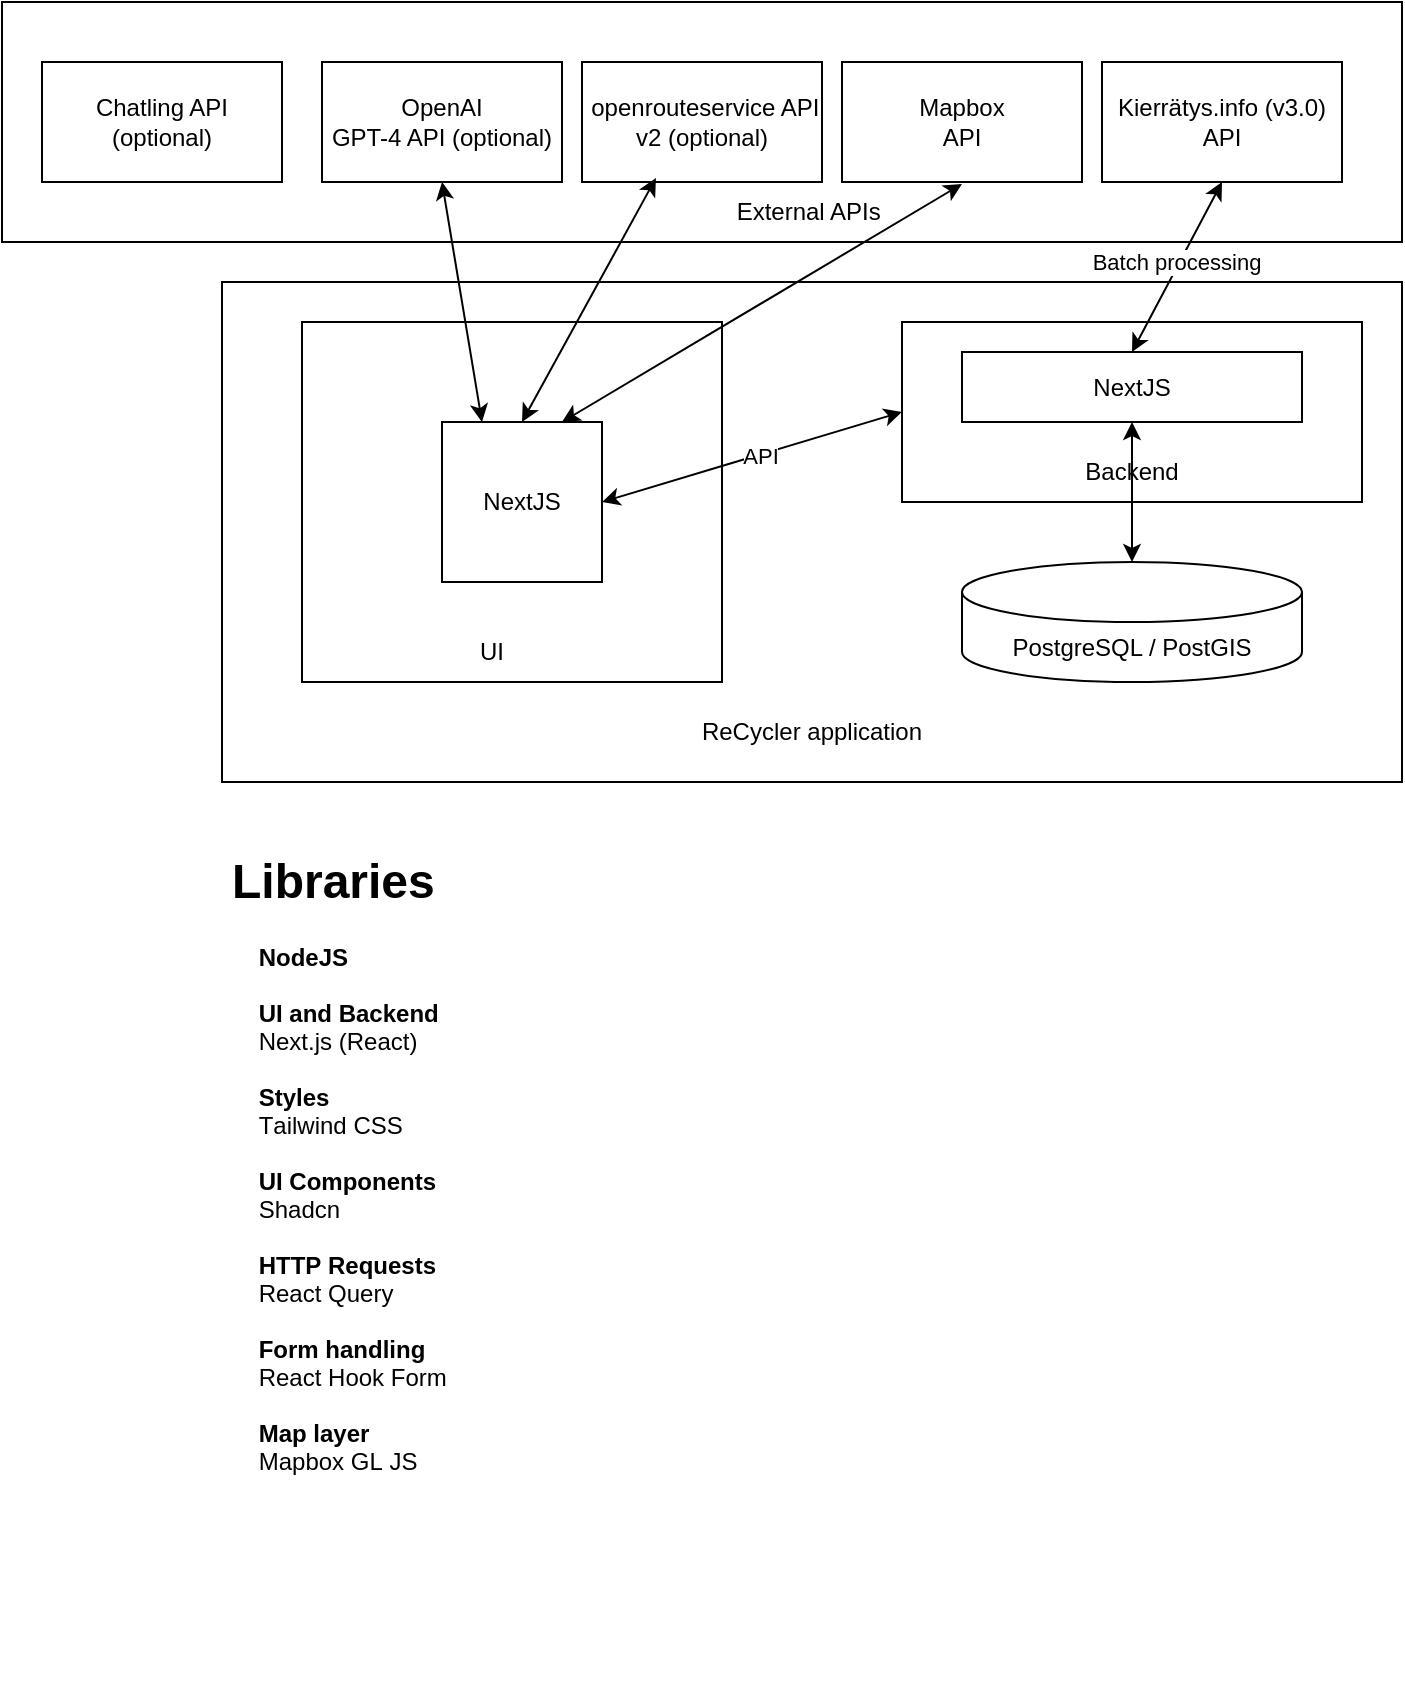
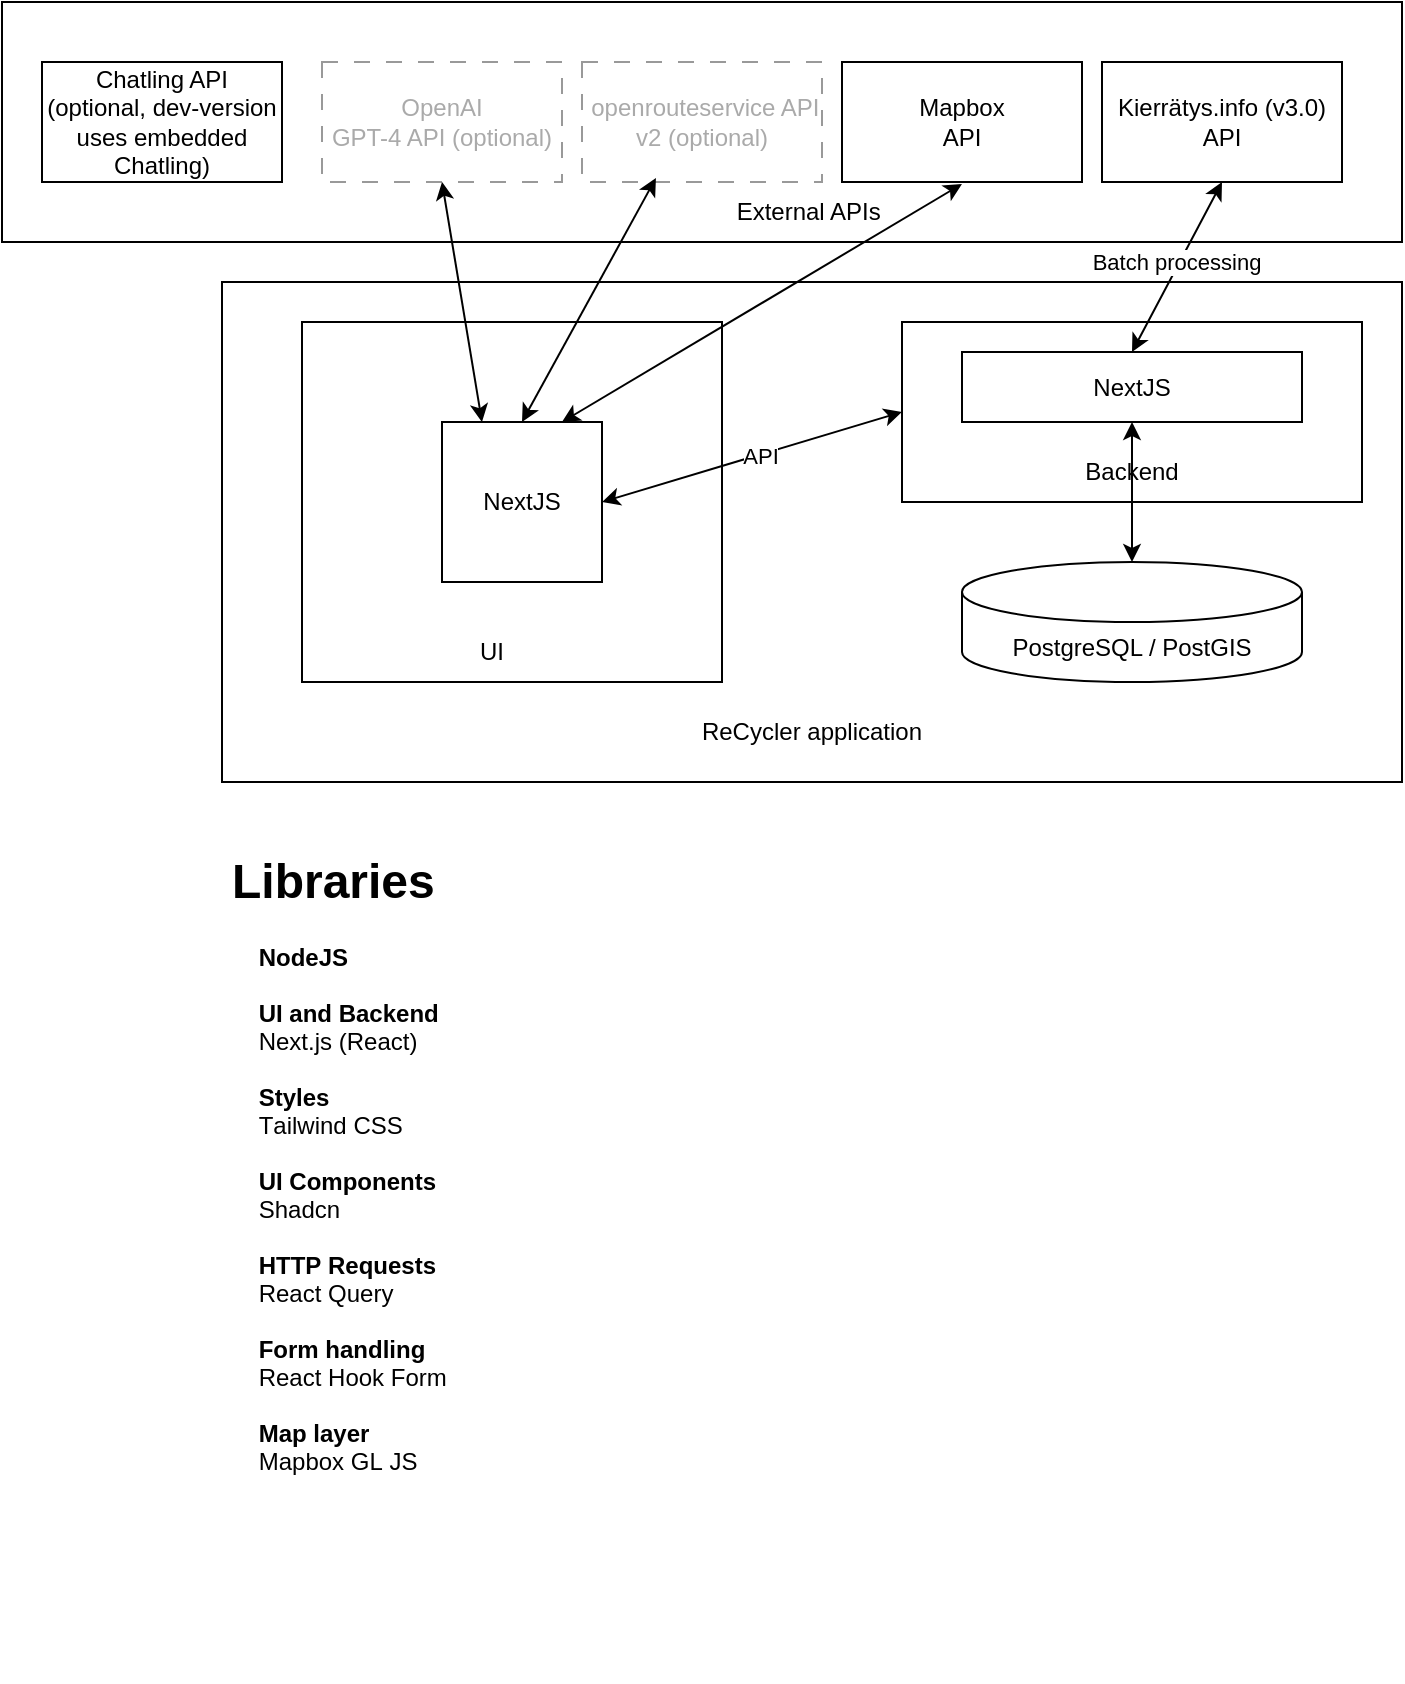
- <mxfile host="app.diagrams.net" agent="Mozilla/5.0 (Macintosh; Intel Mac OS X 10_15_7) AppleWebKit/605.1.15 (KHTML, like Gecko) Version/18.3 Safari/605.1.15" version="26.0.16">
+ <mxfile host="app.diagrams.net" agent="Mozilla/5.0 (Macintosh; Intel Mac OS X 10_15_7) AppleWebKit/605.1.15 (KHTML, like Gecko) Version/18.4 Safari/605.1.15" version="26.2.14">
  <diagram name="High-level architecture" id="9zcz33UXx225ZlQHVHOC">
-     <mxGraphModel dx="1413" dy="994" grid="1" gridSize="10" guides="1" tooltips="1" connect="1" arrows="1" fold="1" page="1" pageScale="1" pageWidth="827" pageHeight="1169" math="0" shadow="0">
+     <mxGraphModel dx="979" dy="673" grid="1" gridSize="10" guides="1" tooltips="1" connect="1" arrows="1" fold="1" page="1" pageScale="1" pageWidth="827" pageHeight="1169" math="0" shadow="0">
      <root>
        <mxCell id="0" />
        <mxCell id="1" parent="0" />
        <mxCell id="fm4_85k55z0bOuFMnIiU-6" value="" style="rounded=0;whiteSpace=wrap;html=1;align=center;" parent="1" vertex="1">
          <mxGeometry x="130" y="260" width="590" height="250" as="geometry" />
        </mxCell>
        <mxCell id="fm4_85k55z0bOuFMnIiU-30" value="" style="rounded=0;whiteSpace=wrap;html=1;" parent="1" vertex="1">
          <mxGeometry x="470" y="280" width="230" height="90" as="geometry" />
        </mxCell>
        <mxCell id="fm4_85k55z0bOuFMnIiU-1" value="" style="rounded=0;whiteSpace=wrap;html=1;align=center;" parent="1" vertex="1">
          <mxGeometry x="20" y="120" width="700" height="120" as="geometry" />
        </mxCell>
-         <mxCell id="fm4_85k55z0bOuFMnIiU-2" value="OpenAI&lt;br&gt;GPT-4 API (optional)" style="rounded=0;whiteSpace=wrap;html=1;align=center;" parent="1" vertex="1">
+         <mxCell id="fm4_85k55z0bOuFMnIiU-2" value="OpenAI&lt;br&gt;GPT-4 API (optional)" style="rounded=0;whiteSpace=wrap;html=1;align=center;dashed=1;dashPattern=8 8;strokeColor=#999999;fontColor=light-dark(#aaaaaa, #ededed);" parent="1" vertex="1">
          <mxGeometry x="180" y="150" width="120" height="60" as="geometry" />
        </mxCell>
-         <mxCell id="fm4_85k55z0bOuFMnIiU-3" value="&amp;nbsp;openrouteservice API v2 (optional)" style="rounded=0;whiteSpace=wrap;html=1;align=center;" parent="1" vertex="1">
+         <mxCell id="fm4_85k55z0bOuFMnIiU-3" value="&amp;nbsp;openrouteservice API v2 (optional)" style="rounded=0;whiteSpace=wrap;html=1;align=center;dashed=1;dashPattern=8 8;strokeColor=#999999;fontColor=light-dark(#aaaaaa, #ededed);" parent="1" vertex="1">
          <mxGeometry x="310" y="150" width="120" height="60" as="geometry" />
        </mxCell>
        <mxCell id="fm4_85k55z0bOuFMnIiU-4" value="Kierrätys.info (v3.0) API" style="rounded=0;whiteSpace=wrap;html=1;align=center;" parent="1" vertex="1">
          <mxGeometry x="570" y="150" width="120" height="60" as="geometry" />
        </mxCell>
        <mxCell id="fm4_85k55z0bOuFMnIiU-5" value="Mapbox&lt;br&gt;API" style="rounded=0;whiteSpace=wrap;html=1;align=center;" parent="1" vertex="1">
          <mxGeometry x="440" y="150" width="120" height="60" as="geometry" />
        </mxCell>
        <mxCell id="fm4_85k55z0bOuFMnIiU-7" value="External APIs&amp;nbsp;" style="text;html=1;strokeColor=none;fillColor=none;align=center;verticalAlign=middle;whiteSpace=wrap;rounded=0;" parent="1" vertex="1">
          <mxGeometry x="340" y="210" width="170" height="30" as="geometry" />
        </mxCell>
        <mxCell id="fm4_85k55z0bOuFMnIiU-8" value="ReCycler application" style="text;html=1;strokeColor=none;fillColor=none;align=center;verticalAlign=middle;whiteSpace=wrap;rounded=0;" parent="1" vertex="1">
          <mxGeometry x="340" y="470" width="170" height="30" as="geometry" />
        </mxCell>
        <mxCell id="fm4_85k55z0bOuFMnIiU-13" value="" style="rounded=0;whiteSpace=wrap;html=1;align=center;" parent="1" vertex="1">
          <mxGeometry x="170" y="280" width="210" height="180" as="geometry" />
        </mxCell>
        <mxCell id="fm4_85k55z0bOuFMnIiU-9" value="PostgreSQL / PostGIS" style="shape=cylinder3;whiteSpace=wrap;html=1;boundedLbl=1;backgroundOutline=1;size=15;align=center;" parent="1" vertex="1">
          <mxGeometry x="500" y="400" width="170" height="60" as="geometry" />
        </mxCell>
        <mxCell id="fm4_85k55z0bOuFMnIiU-11" value="NextJS" style="whiteSpace=wrap;html=1;aspect=fixed;align=center;" parent="1" vertex="1">
          <mxGeometry x="240" y="330" width="80" height="80" as="geometry" />
        </mxCell>
        <mxCell id="fm4_85k55z0bOuFMnIiU-14" value="NextJS" style="rounded=0;whiteSpace=wrap;html=1;align=center;" parent="1" vertex="1">
          <mxGeometry x="500" y="295" width="170" height="35" as="geometry" />
        </mxCell>
        <mxCell id="fm4_85k55z0bOuFMnIiU-16" value="" style="endArrow=classic;startArrow=classic;html=1;rounded=0;entryX=0.5;entryY=1;entryDx=0;entryDy=0;exitX=0.25;exitY=0;exitDx=0;exitDy=0;align=center;" parent="1" source="fm4_85k55z0bOuFMnIiU-11" target="fm4_85k55z0bOuFMnIiU-2" edge="1">
          <mxGeometry width="50" height="50" relative="1" as="geometry">
            <mxPoint x="390" y="420" as="sourcePoint" />
            <mxPoint x="440" y="370" as="targetPoint" />
          </mxGeometry>
        </mxCell>
        <mxCell id="fm4_85k55z0bOuFMnIiU-17" value="" style="endArrow=classic;startArrow=classic;html=1;rounded=0;entryX=0.041;entryY=-0.067;entryDx=0;entryDy=0;exitX=0.5;exitY=0;exitDx=0;exitDy=0;entryPerimeter=0;align=center;" parent="1" source="fm4_85k55z0bOuFMnIiU-11" target="fm4_85k55z0bOuFMnIiU-7" edge="1">
          <mxGeometry width="50" height="50" relative="1" as="geometry">
            <mxPoint x="390" y="420" as="sourcePoint" />
            <mxPoint x="440" y="370" as="targetPoint" />
          </mxGeometry>
        </mxCell>
        <mxCell id="fm4_85k55z0bOuFMnIiU-18" value="" style="endArrow=classic;startArrow=classic;html=1;rounded=0;entryX=0.941;entryY=0.033;entryDx=0;entryDy=0;entryPerimeter=0;exitX=0.75;exitY=0;exitDx=0;exitDy=0;align=center;" parent="1" source="fm4_85k55z0bOuFMnIiU-11" target="fm4_85k55z0bOuFMnIiU-7" edge="1">
          <mxGeometry width="50" height="50" relative="1" as="geometry">
            <mxPoint x="350" y="350" as="sourcePoint" />
            <mxPoint x="440" y="370" as="targetPoint" />
          </mxGeometry>
        </mxCell>
        <mxCell id="fm4_85k55z0bOuFMnIiU-21" value="" style="endArrow=classic;startArrow=classic;html=1;rounded=0;entryX=0.5;entryY=1;entryDx=0;entryDy=0;exitX=0.5;exitY=0;exitDx=0;exitDy=0;align=center;" parent="1" source="fm4_85k55z0bOuFMnIiU-14" target="fm4_85k55z0bOuFMnIiU-4" edge="1">
          <mxGeometry width="50" height="50" relative="1" as="geometry">
            <mxPoint x="400" y="360" as="sourcePoint" />
            <mxPoint x="450" y="310" as="targetPoint" />
          </mxGeometry>
        </mxCell>
        <mxCell id="fm4_85k55z0bOuFMnIiU-34" value="Batch processing" style="edgeLabel;html=1;align=center;verticalAlign=middle;resizable=0;points=[];" parent="fm4_85k55z0bOuFMnIiU-21" vertex="1" connectable="0">
          <mxGeometry x="-0.0141" relative="1" as="geometry">
            <mxPoint y="-3" as="offset" />
          </mxGeometry>
        </mxCell>
        <mxCell id="fm4_85k55z0bOuFMnIiU-22" value="" style="endArrow=classic;startArrow=classic;html=1;rounded=0;entryX=0.5;entryY=1;entryDx=0;entryDy=0;exitX=0.5;exitY=0;exitDx=0;exitDy=0;exitPerimeter=0;align=center;" parent="1" source="fm4_85k55z0bOuFMnIiU-9" target="fm4_85k55z0bOuFMnIiU-14" edge="1">
          <mxGeometry width="50" height="50" relative="1" as="geometry">
            <mxPoint x="400" y="350" as="sourcePoint" />
            <mxPoint x="450" y="300" as="targetPoint" />
          </mxGeometry>
        </mxCell>
        <mxCell id="fm4_85k55z0bOuFMnIiU-24" value="UI" style="text;html=1;strokeColor=none;fillColor=none;align=center;verticalAlign=middle;whiteSpace=wrap;rounded=0;" parent="1" vertex="1">
          <mxGeometry x="180" y="430" width="170" height="30" as="geometry" />
        </mxCell>
        <mxCell id="fm4_85k55z0bOuFMnIiU-25" value="" style="endArrow=classic;startArrow=classic;html=1;rounded=0;exitX=1;exitY=0.5;exitDx=0;exitDy=0;entryX=0;entryY=0.5;entryDx=0;entryDy=0;" parent="1" source="fm4_85k55z0bOuFMnIiU-11" target="fm4_85k55z0bOuFMnIiU-30" edge="1">
          <mxGeometry width="50" height="50" relative="1" as="geometry">
            <mxPoint x="400" y="350" as="sourcePoint" />
            <mxPoint x="450" y="300" as="targetPoint" />
          </mxGeometry>
        </mxCell>
        <mxCell id="fm4_85k55z0bOuFMnIiU-33" value="API" style="edgeLabel;html=1;align=center;verticalAlign=middle;resizable=0;points=[];" parent="fm4_85k55z0bOuFMnIiU-25" vertex="1" connectable="0">
          <mxGeometry x="0.0544" relative="1" as="geometry">
            <mxPoint as="offset" />
          </mxGeometry>
        </mxCell>
        <mxCell id="fm4_85k55z0bOuFMnIiU-31" value="Backend" style="text;html=1;strokeColor=none;fillColor=none;align=center;verticalAlign=middle;whiteSpace=wrap;rounded=0;" parent="1" vertex="1">
          <mxGeometry x="500" y="340" width="170" height="30" as="geometry" />
        </mxCell>
        <mxCell id="CHO3YG6BR_KFlLe8QAzr-1" value="&lt;h1&gt;Libraries&lt;/h1&gt;&lt;p style=&quot;margin: 0px; font-style: normal; font-variant-caps: normal; font-stretch: normal; line-height: normal; font-size-adjust: none; font-kerning: auto; font-variant-alternates: normal; font-variant-ligatures: normal; font-variant-numeric: normal; font-variant-east-asian: normal; font-variant-position: normal; font-feature-settings: normal; font-optical-sizing: auto; font-variation-settings: normal;&quot;&gt;&lt;span style=&quot;font-kerning: none&quot;&gt;&lt;b&gt;&lt;span style=&quot;&quot;&gt;&amp;nbsp;&amp;nbsp;&amp;nbsp;&amp;nbsp;&lt;/span&gt;NodeJS&lt;/b&gt;&lt;/span&gt;&lt;/p&gt;&lt;p style=&quot;margin: 0px; font-style: normal; font-variant-caps: normal; font-stretch: normal; line-height: normal; font-size-adjust: none; font-kerning: auto; font-variant-alternates: normal; font-variant-ligatures: normal; font-variant-numeric: normal; font-variant-east-asian: normal; font-variant-position: normal; font-feature-settings: normal; font-optical-sizing: auto; font-variation-settings: normal;&quot;&gt;&lt;span style=&quot;font-kerning: none;&quot;&gt;&lt;b&gt;&lt;br&gt;&amp;nbsp; &amp;nbsp; UI and Backend&lt;/b&gt;&lt;/span&gt;&lt;/p&gt;&lt;p style=&quot;margin: 0px; font-style: normal; font-variant-caps: normal; font-stretch: normal; line-height: normal; font-size-adjust: none; font-kerning: auto; font-variant-alternates: normal; font-variant-ligatures: normal; font-variant-numeric: normal; font-variant-east-asian: normal; font-variant-position: normal; font-feature-settings: normal; font-optical-sizing: auto; font-variation-settings: normal;&quot;&gt;&lt;span style=&quot;font-kerning: none;&quot;&gt;&lt;span style=&quot;border-color: var(--border-color);&quot;&gt;&amp;nbsp; &amp;nbsp; &lt;/span&gt;&lt;/span&gt;&lt;span style=&quot;background-color: initial;&quot;&gt;Next.js (React)&lt;/span&gt;&lt;/p&gt;&lt;p style=&quot;margin: 0px; font-style: normal; font-variant-caps: normal; font-stretch: normal; line-height: normal; font-size-adjust: none; font-kerning: auto; font-variant-alternates: normal; font-variant-ligatures: normal; font-variant-numeric: normal; font-variant-east-asian: normal; font-variant-position: normal; font-feature-settings: normal; font-optical-sizing: auto; font-variation-settings: normal; min-height: 14px;&quot;&gt;&lt;span style=&quot;font-kerning: none&quot;&gt;&lt;/span&gt;&lt;br&gt;&lt;/p&gt;&lt;p style=&quot;margin: 0px; font-style: normal; font-variant-caps: normal; font-stretch: normal; line-height: normal; font-size-adjust: none; font-kerning: auto; font-variant-alternates: normal; font-variant-ligatures: normal; font-variant-numeric: normal; font-variant-east-asian: normal; font-variant-position: normal; font-feature-settings: normal; font-optical-sizing: auto; font-variation-settings: normal;&quot;&gt;&lt;span style=&quot;font-kerning: none;&quot;&gt;&lt;b&gt;&lt;span style=&quot;&quot;&gt;&amp;nbsp;&amp;nbsp;&amp;nbsp;&amp;nbsp;&lt;/span&gt;Styles&lt;/b&gt;&lt;/span&gt;&lt;/p&gt;&lt;p style=&quot;margin: 0px; font-style: normal; font-variant-caps: normal; font-stretch: normal; line-height: normal; font-size-adjust: none; font-kerning: auto; font-variant-alternates: normal; font-variant-ligatures: normal; font-variant-numeric: normal; font-variant-east-asian: normal; font-variant-position: normal; font-feature-settings: normal; font-optical-sizing: auto; font-variation-settings: normal;&quot;&gt;&lt;span style=&quot;font-kerning: none&quot;&gt;&lt;span style=&quot;&quot;&gt;&amp;nbsp;&amp;nbsp;&amp;nbsp;&amp;nbsp;&lt;/span&gt;Tailwind CSS&lt;/span&gt;&lt;/p&gt;&lt;p style=&quot;margin: 0px; font-style: normal; font-variant-caps: normal; font-stretch: normal; line-height: normal; font-size-adjust: none; font-kerning: auto; font-variant-alternates: normal; font-variant-ligatures: normal; font-variant-numeric: normal; font-variant-east-asian: normal; font-variant-position: normal; font-feature-settings: normal; font-optical-sizing: auto; font-variation-settings: normal; min-height: 14px;&quot;&gt;&lt;span style=&quot;font-kerning: none&quot;&gt;&lt;/span&gt;&lt;br&gt;&lt;/p&gt;&lt;p style=&quot;margin: 0px; font-style: normal; font-variant-caps: normal; font-stretch: normal; line-height: normal; font-size-adjust: none; font-kerning: auto; font-variant-alternates: normal; font-variant-ligatures: normal; font-variant-numeric: normal; font-variant-east-asian: normal; font-variant-position: normal; font-feature-settings: normal; font-optical-sizing: auto; font-variation-settings: normal;&quot;&gt;&lt;span style=&quot;font-kerning: none;&quot;&gt;&lt;b&gt;&lt;span style=&quot;&quot;&gt;&amp;nbsp;&amp;nbsp;&amp;nbsp;&amp;nbsp;&lt;/span&gt;UI Components&lt;/b&gt;&lt;/span&gt;&lt;/p&gt;&lt;p style=&quot;margin: 0px; font-style: normal; font-variant-caps: normal; font-stretch: normal; line-height: normal; font-size-adjust: none; font-kerning: auto; font-variant-alternates: normal; font-variant-ligatures: normal; font-variant-numeric: normal; font-variant-east-asian: normal; font-variant-position: normal; font-feature-settings: normal; font-optical-sizing: auto; font-variation-settings: normal;&quot;&gt;&lt;span style=&quot;font-kerning: none;&quot;&gt;&lt;span style=&quot;&quot;&gt;&amp;nbsp;&amp;nbsp;&amp;nbsp;&amp;nbsp;&lt;/span&gt;Shadcn&lt;/span&gt;&lt;/p&gt;&lt;p style=&quot;margin: 0px; font-style: normal; font-variant-caps: normal; font-stretch: normal; line-height: normal; font-size-adjust: none; font-kerning: auto; font-variant-alternates: normal; font-variant-ligatures: normal; font-variant-numeric: normal; font-variant-east-asian: normal; font-variant-position: normal; font-feature-settings: normal; font-optical-sizing: auto; font-variation-settings: normal; min-height: 14px;&quot;&gt;&lt;span style=&quot;font-kerning: none&quot;&gt;&lt;/span&gt;&lt;br&gt;&lt;/p&gt;&lt;p style=&quot;margin: 0px; font-style: normal; font-variant-caps: normal; font-stretch: normal; line-height: normal; font-size-adjust: none; font-kerning: auto; font-variant-alternates: normal; font-variant-ligatures: normal; font-variant-numeric: normal; font-variant-east-asian: normal; font-variant-position: normal; font-feature-settings: normal; font-optical-sizing: auto; font-variation-settings: normal;&quot;&gt;&lt;span style=&quot;font-kerning: none;&quot;&gt;&lt;b&gt;&lt;span style=&quot;&quot;&gt;&amp;nbsp;&amp;nbsp;&amp;nbsp;&amp;nbsp;&lt;/span&gt;HTTP Requests&lt;/b&gt;&lt;/span&gt;&lt;/p&gt;&lt;p style=&quot;margin: 0px; font-style: normal; font-variant-caps: normal; font-stretch: normal; line-height: normal; font-size-adjust: none; font-kerning: auto; font-variant-alternates: normal; font-variant-ligatures: normal; font-variant-numeric: normal; font-variant-east-asian: normal; font-variant-position: normal; font-feature-settings: normal; font-optical-sizing: auto; font-variation-settings: normal;&quot;&gt;&lt;span style=&quot;font-kerning: none;&quot;&gt;&lt;span style=&quot;&quot;&gt;&amp;nbsp;&amp;nbsp;&amp;nbsp;&amp;nbsp;&lt;/span&gt;React Query&lt;br&gt;&lt;/span&gt;&lt;/p&gt;&lt;p style=&quot;margin: 0px; font-style: normal; font-variant-caps: normal; font-stretch: normal; line-height: normal; font-size-adjust: none; font-kerning: auto; font-variant-alternates: normal; font-variant-ligatures: normal; font-variant-numeric: normal; font-variant-east-asian: normal; font-variant-position: normal; font-feature-settings: normal; font-optical-sizing: auto; font-variation-settings: normal;&quot;&gt;&lt;span style=&quot;font-kerning: none;&quot;&gt;&lt;br&gt;&lt;/span&gt;&lt;/p&gt;&lt;p style=&quot;margin: 0px; font-style: normal; font-variant-caps: normal; font-stretch: normal; line-height: normal; font-size-adjust: none; font-kerning: auto; font-variant-alternates: normal; font-variant-ligatures: normal; font-variant-numeric: normal; font-variant-east-asian: normal; font-variant-position: normal; font-feature-settings: normal; font-optical-sizing: auto; font-variation-settings: normal;&quot;&gt;&lt;span style=&quot;font-kerning: none;&quot;&gt;&lt;b&gt;&amp;nbsp; &amp;nbsp; Form handling&lt;/b&gt;&lt;/span&gt;&lt;/p&gt;&lt;p style=&quot;margin: 0px; font-style: normal; font-variant-caps: normal; font-stretch: normal; line-height: normal; font-size-adjust: none; font-kerning: auto; font-variant-alternates: normal; font-variant-ligatures: normal; font-variant-numeric: normal; font-variant-east-asian: normal; font-variant-position: normal; font-feature-settings: normal; font-optical-sizing: auto; font-variation-settings: normal;&quot;&gt;&lt;span style=&quot;font-kerning: none&quot;&gt;&lt;span style=&quot;&quot;&gt;&amp;nbsp;&amp;nbsp;&amp;nbsp;&amp;nbsp;&lt;/span&gt;&lt;/span&gt;React Hook Form&lt;br&gt;&lt;br&gt;&lt;/p&gt;&lt;p style=&quot;border-color: var(--border-color); font-variant-numeric: normal; font-variant-east-asian: normal; font-variant-alternates: normal; font-kerning: auto; font-optical-sizing: auto; font-feature-settings: normal; font-variation-settings: normal; font-variant-position: normal; font-stretch: normal; line-height: normal; margin: 0px;&quot;&gt;&lt;span style=&quot;border-color: var(--border-color); font-kerning: none;&quot;&gt;&lt;b style=&quot;border-color: var(--border-color);&quot;&gt;&amp;nbsp; &amp;nbsp; Map layer&lt;/b&gt;&lt;/span&gt;&lt;/p&gt;&lt;p style=&quot;margin: 0px; font-stretch: normal; line-height: normal; font-kerning: auto; font-variant-alternates: normal; font-variant-numeric: normal; font-variant-east-asian: normal; font-variant-position: normal; font-feature-settings: normal; font-optical-sizing: auto; font-variation-settings: normal;&quot;&gt;&lt;span style=&quot;font-kerning: none;&quot;&gt;&lt;/span&gt;&lt;/p&gt;&lt;p style=&quot;border-color: var(--border-color); font-variant-numeric: normal; font-variant-east-asian: normal; font-variant-alternates: normal; font-kerning: auto; font-optical-sizing: auto; font-feature-settings: normal; font-variation-settings: normal; font-variant-position: normal; font-stretch: normal; line-height: normal; margin: 0px;&quot;&gt;&lt;span style=&quot;border-color: var(--border-color); font-kerning: none;&quot;&gt;&lt;span style=&quot;border-color: var(--border-color);&quot;&gt;&amp;nbsp;&amp;nbsp;&amp;nbsp;&amp;nbsp;&lt;/span&gt;Mapbox GL JS&lt;/span&gt;&lt;/p&gt;" style="text;html=1;strokeColor=none;fillColor=none;spacing=5;spacingTop=-20;whiteSpace=wrap;overflow=hidden;rounded=0;" parent="1" vertex="1">
          <mxGeometry x="130" y="540" width="590" height="420" as="geometry" />
        </mxCell>
-         <mxCell id="u8vdAGhLwnuVZ1UuuaY9-1" value="Chatling API (optional)" style="rounded=0;whiteSpace=wrap;html=1;align=center;" vertex="1" parent="1">
+         <mxCell id="u8vdAGhLwnuVZ1UuuaY9-1" value="Chatling API (optional, dev-version uses embedded Chatling)" style="rounded=0;whiteSpace=wrap;html=1;align=center;" parent="1" vertex="1">
          <mxGeometry x="40" y="150" width="120" height="60" as="geometry" />
        </mxCell>
      </root>
    </mxGraphModel>
  </diagram>
</mxfile>
